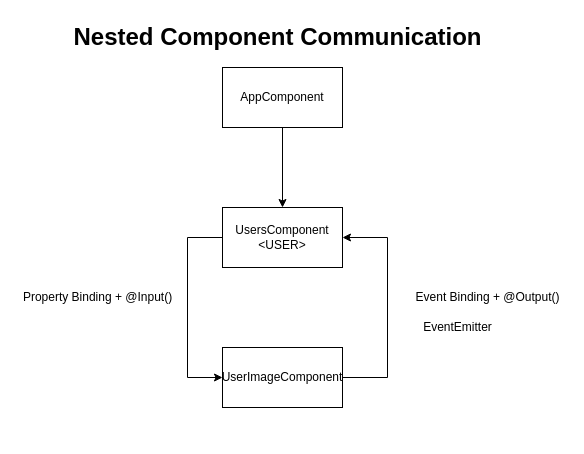
Above: page "Page-5" (5 of 5) of diagrams.drawio in synergy2411/genpact-dec21 (draw.io), before the change. Source tidied: cells renumbered, new cells numbered last; positions are measured from the earlier drawing's top-left corner, leaving out a move shared by most shapes. Both pictures are drawn from the tidied source at 100%, with x=0, y=0 at pixel (17, 17).
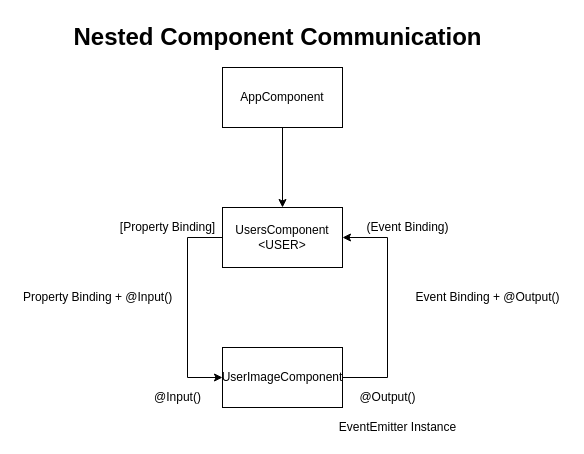
The same page after the edit.

Change to the diagram source:
```diff
@@
 <mxGraphModel>
   <root>
     <mxCell id="0" />
     <mxCell id="1" parent="0" />
     <mxCell id="2" value="Nested Component Communication" style="text;strokeColor=none;fillColor=none;html=1;fontSize=24;fontStyle=1;verticalAlign=middle;align=center;" parent="1" vertex="1">
       <mxGeometry x="210" width="100" height="40" as="geometry" />
     </mxCell>
     <mxCell id="3" style="edgeStyle=orthogonalEdgeStyle;rounded=0;jettySize=auto;html=1;" parent="1" edge="1" source="4" target="6">
       <mxGeometry relative="1" as="geometry" />
     </mxCell>
     <mxCell id="4" value="AppComponent" style="rounded=0;whiteSpace=wrap;html=1;" parent="1" vertex="1">
       <mxGeometry x="205" y="50" width="120" height="60" as="geometry" />
     </mxCell>
     <mxCell id="5" style="edgeStyle=orthogonalEdgeStyle;rounded=0;jettySize=auto;html=1;exitX=0;exitY=0.5;exitDx=0;exitDy=0;entryX=0;entryY=0.5;entryDx=0;entryDy=0;" parent="1" edge="1" source="6" target="8">
       <mxGeometry relative="1" as="geometry">
         <Array as="points">
           <mxPoint x="170" y="220" />
           <mxPoint x="170" y="360" />
         </Array>
       </mxGeometry>
     </mxCell>
     <mxCell id="6" value="UsersComponent&lt;br&gt;&amp;lt;USER&amp;gt;" style="rounded=0;whiteSpace=wrap;html=1;" parent="1" vertex="1">
       <mxGeometry x="205" y="190" width="120" height="60" as="geometry" />
     </mxCell>
     <mxCell id="7" style="edgeStyle=orthogonalEdgeStyle;rounded=0;jettySize=auto;html=1;exitX=1;exitY=0.5;exitDx=0;exitDy=0;entryX=1;entryY=0.5;entryDx=0;entryDy=0;" parent="1" edge="1" source="8" target="6">
       <mxGeometry relative="1" as="geometry">
         <Array as="points">
           <mxPoint x="370" y="360" />
           <mxPoint x="370" y="220" />
         </Array>
       </mxGeometry>
     </mxCell>
     <mxCell id="8" value="UserImageComponent" style="rounded=0;whiteSpace=wrap;html=1;" parent="1" vertex="1">
       <mxGeometry x="205" y="330" width="120" height="60" as="geometry" />
     </mxCell>
     <mxCell id="9" value="Property Binding + @Input()" style="text;html=1;align=center;verticalAlign=middle;strokeColor=none;fillColor=none;" parent="1" vertex="1">
       <mxGeometry y="270" width="160" height="20" as="geometry" />
     </mxCell>
     <mxCell id="10" value="Event Binding + @Output()" style="text;html=1;align=center;verticalAlign=middle;strokeColor=none;fillColor=none;" parent="1" vertex="1">
       <mxGeometry x="390" y="270" width="160" height="20" as="geometry" />
     </mxCell>
-    <mxCell id="11" value="EventEmitter" style="text;html=1;align=center;verticalAlign=middle;strokeColor=none;fillColor=none;" parent="1" vertex="1">
-      <mxGeometry x="400" y="300" width="80" height="20" as="geometry" />
+    <mxCell id="11" value="EventEmitter Instance" style="text;html=1;align=center;verticalAlign=middle;strokeColor=none;fillColor=none;" parent="1" vertex="1">
+      <mxGeometry x="315" y="400" width="130" height="20" as="geometry" />
     </mxCell>
+    <mxCell id="12" value="[Property Binding]" style="text;html=1;align=center;verticalAlign=middle;strokeColor=none;fillColor=none;" parent="1" vertex="1">
+      <mxGeometry x="95" y="200" width="110" height="20" as="geometry" />
+    </mxCell>
+    <mxCell id="13" value="@Input()" style="text;html=1;align=center;verticalAlign=middle;strokeColor=none;fillColor=none;" parent="1" vertex="1">
+      <mxGeometry x="130" y="370" width="60" height="20" as="geometry" />
+    </mxCell>
+    <mxCell id="14" value="(Event Binding)" style="text;html=1;align=center;verticalAlign=middle;strokeColor=none;fillColor=none;" parent="1" vertex="1">
+      <mxGeometry x="340" y="200" width="100" height="20" as="geometry" />
+    </mxCell>
+    <mxCell id="15" value="@Output()" style="text;html=1;align=center;verticalAlign=middle;strokeColor=none;fillColor=none;" parent="1" vertex="1">
+      <mxGeometry x="335" y="370" width="70" height="20" as="geometry" />
+    </mxCell>
   </root>
 </mxGraphModel>
```
